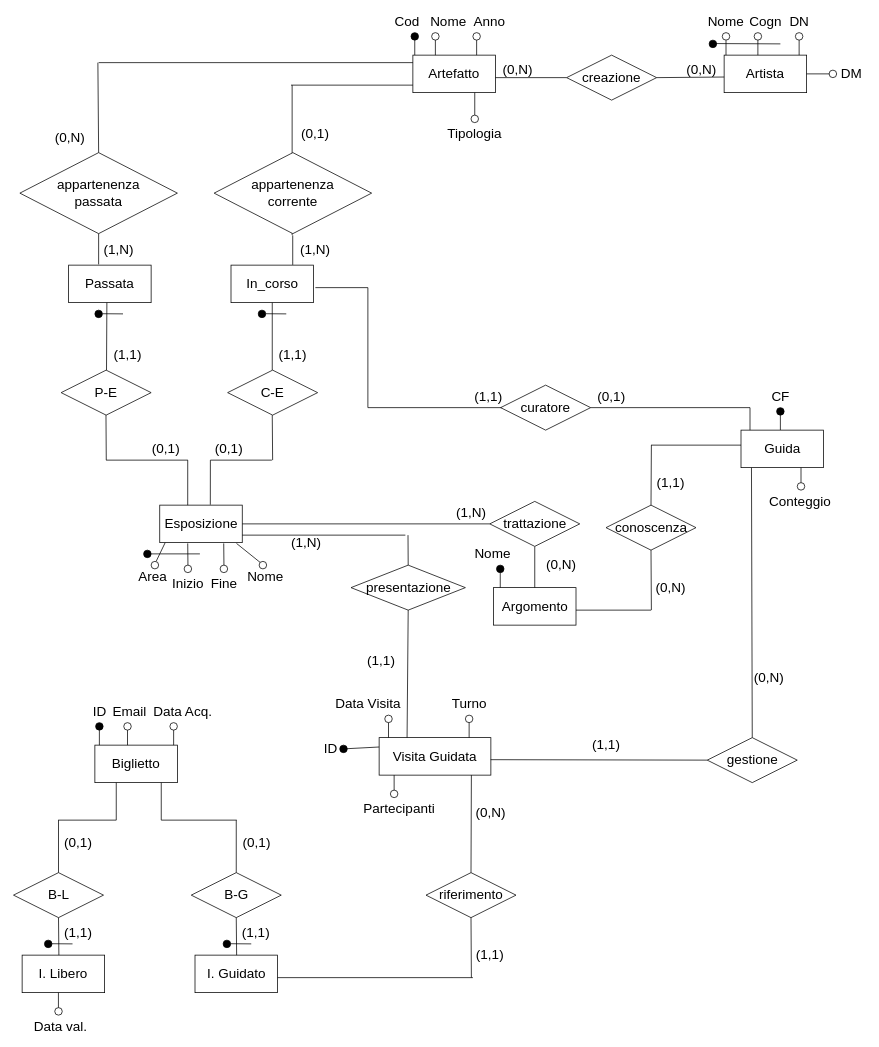
This is Er_Ristrutturato_v3.drawio from Chris-Libra-Unipd/ProgettoBasi, a draw.io file, before an edit. Source tidied: cells renumbered, new cells numbered last; positions are measured from the earlier drawing's top-left corner, leaving out a move shared by most shapes. Both pictures are drawn from the tidied source at 75%, with x=0, y=0 at pixel (14, 17).
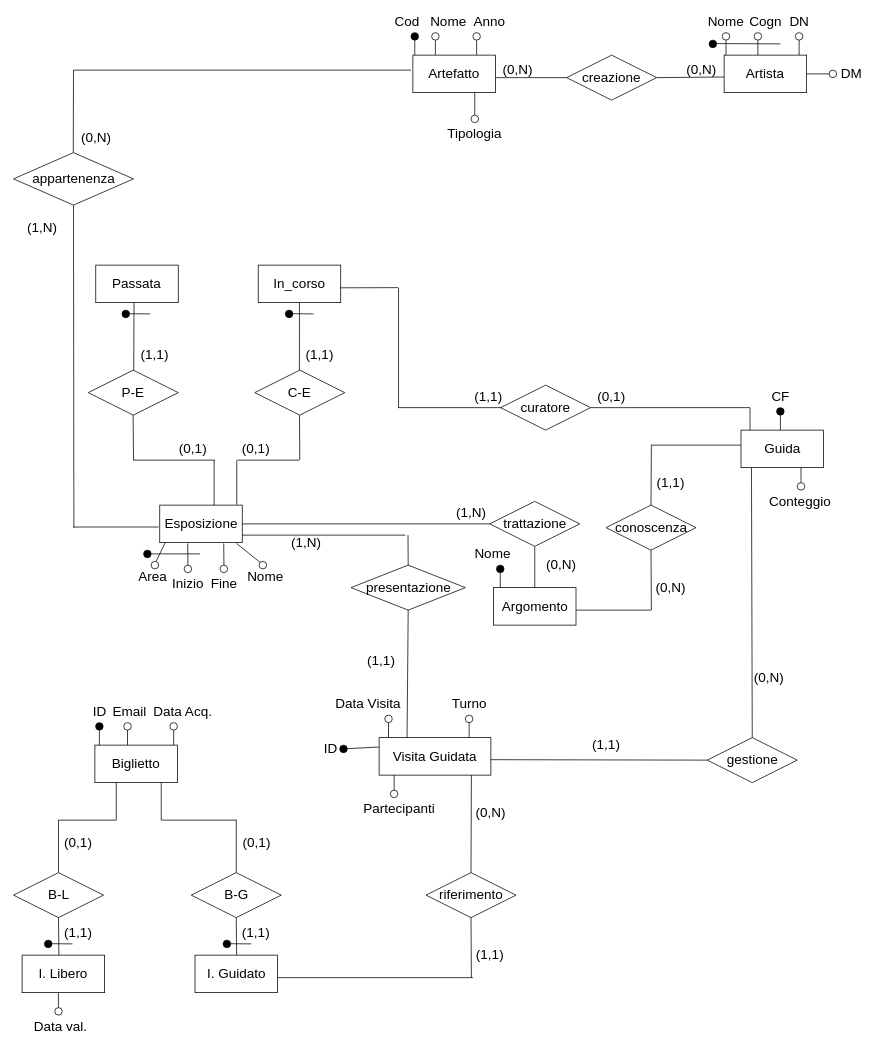
Above is the later version.

The change refers to these unchanged cells:
```xml
<mxCell id="35" value="&lt;span style=&quot;font-size: 18px;&quot;&gt;Esposizione&lt;/span&gt;" style="whiteSpace=wrap;html=1;align=center;" parent="1" vertex="1">
  <mxGeometry x="194.5" y="650" width="110" height="50" as="geometry" />
</mxCell>
```

Diff of the diagram source:
```diff
@@
-    <mxCell id="38" style="endArrow=none;html=1;rounded=0;exitX=0.5;exitY=0;exitDx=0;exitDy=0;" parent="1" edge="1">
-      <mxGeometry relative="1" as="geometry">
-        <mxPoint x="371" y="290" as="sourcePoint" />
-        <mxPoint x="371" y="90" as="targetPoint" />
-      </mxGeometry>
-    </mxCell>
-    <mxCell id="39" value="&lt;span style=&quot;font-size: 18px;&quot;&gt;appartenenza&lt;/span&gt;&lt;div&gt;&lt;span style=&quot;font-size: 18px;&quot;&gt;corrente&lt;/span&gt;&lt;/div&gt;" style="shape=rhombus;perimeter=rhombusPerimeter;whiteSpace=wrap;html=1;align=center;" parent="1" vertex="1">
-      <mxGeometry x="267" y="180" width="210" height="108" as="geometry" />
-    </mxCell>
@@
     <mxCell id="93" value="&lt;span style=&quot;font-size: 18px;&quot;&gt;In_corso&lt;/span&gt;" style="whiteSpace=wrap;html=1;align=center;" parent="1" vertex="1">
-      <mxGeometry x="289.5" y="330" width="110" height="50" as="geometry" />
+      <mxGeometry x="325.8" y="330" width="110" height="50" as="geometry" />
     </mxCell>
     <mxCell id="94" value="&lt;font style=&quot;font-size: 18px;&quot;&gt;Passata&lt;/font&gt;" style="whiteSpace=wrap;html=1;align=center;" parent="1" vertex="1">
-      <mxGeometry x="73" y="330" width="110" height="50" as="geometry" />
+      <mxGeometry x="109.2" y="330" width="110" height="50" as="geometry" />
     </mxCell>
@@
-    <mxCell id="97" value="&lt;span style=&quot;font-size: 18px;&quot;&gt;appartenenza&lt;/span&gt;&lt;div&gt;&lt;span style=&quot;font-size: 18px;&quot;&gt;passata&lt;/span&gt;&lt;/div&gt;" style="shape=rhombus;perimeter=rhombusPerimeter;whiteSpace=wrap;html=1;align=center;" parent="1" vertex="1">
-      <mxGeometry x="8" y="180" width="210" height="108" as="geometry" />
-    </mxCell>
-    <mxCell id="98" style="endArrow=none;html=1;rounded=0;entryX=0.5;entryY=0;entryDx=0;entryDy=0;" parent="1" edge="1" target="97">
-      <mxGeometry relative="1" as="geometry">
-        <mxPoint x="112" y="60" as="sourcePoint" />
-      </mxGeometry>
-    </mxCell>
-    <mxCell id="99" value="&lt;font style=&quot;font-size: 18px;&quot;&gt;(1,N)&lt;/font&gt;" style="text;html=1;align=center;verticalAlign=middle;whiteSpace=wrap;rounded=0;" parent="1" vertex="1">
-      <mxGeometry x="119.5" y="300" width="40" height="20" as="geometry" />
-    </mxCell>
-    <mxCell id="100" value="&lt;font style=&quot;font-size: 18px;&quot;&gt;(0,N)&lt;/font&gt;" style="text;html=1;align=center;verticalAlign=middle;whiteSpace=wrap;rounded=0;" parent="1" vertex="1">
-      <mxGeometry x="54.5" y="150" width="40" height="20" as="geometry" />
-    </mxCell>
-    <mxCell id="101" value="&lt;font style=&quot;font-size: 18px;&quot;&gt;(0,1)&lt;/font&gt;" style="text;html=1;align=center;verticalAlign=middle;whiteSpace=wrap;rounded=0;" parent="1" vertex="1">
-      <mxGeometry x="382" y="145" width="40" height="20" as="geometry" />
-    </mxCell>
-    <mxCell id="102" value="&lt;font style=&quot;font-size: 18px;&quot;&gt;(1,N)&lt;/font&gt;" style="text;html=1;align=center;verticalAlign=middle;whiteSpace=wrap;rounded=0;" parent="1" vertex="1">
-      <mxGeometry x="382" y="300" width="40" height="20" as="geometry" />
-    </mxCell>
@@
-    <mxCell id="118" style="endArrow=none;html=1;rounded=0;" parent="1" edge="1">
-      <mxGeometry relative="1" as="geometry">
-        <mxPoint x="113" y="60" as="sourcePoint" />
-        <mxPoint x="532" y="60" as="targetPoint" />
-      </mxGeometry>
-    </mxCell>
-    <mxCell id="119" style="endArrow=none;html=1;rounded=0;" parent="1" edge="1">
-      <mxGeometry relative="1" as="geometry">
-        <mxPoint x="369.5" y="90" as="sourcePoint" />
-        <mxPoint x="532" y="90" as="targetPoint" />
-      </mxGeometry>
-    </mxCell>
-    <mxCell id="120" style="endArrow=none;html=1;rounded=0;entryX=0.5;entryY=1;entryDx=0;entryDy=0;" parent="1" edge="1" target="97">
-      <mxGeometry relative="1" as="geometry">
-        <mxPoint x="113" y="329" as="sourcePoint" />
-      </mxGeometry>
-    </mxCell>
-    <mxCell id="121" style="endArrow=none;html=1;rounded=0;exitX=0.732;exitY=-0.012;exitDx=0;exitDy=0;exitPerimeter=0;" parent="1" edge="1">
-      <mxGeometry relative="1" as="geometry">
-        <mxPoint x="371.8" y="329.7" as="sourcePoint" />
-        <mxPoint x="371.8" y="290.3" as="targetPoint" />
-      </mxGeometry>
-    </mxCell>
@@
     <mxCell id="156" style="endArrow=none;html=1;rounded=0;" parent="1" edge="1">
       <mxGeometry relative="1" as="geometry">
-        <mxPoint x="472" y="520" as="sourcePoint" />
+        <mxPoint x="512" y="520" as="sourcePoint" />
         <mxPoint x="651.5" y="520" as="targetPoint" />
       </mxGeometry>
     </mxCell>
@@
     <mxCell id="162" style="endArrow=none;html=1;rounded=0;" parent="1" edge="1">
       <mxGeometry relative="1" as="geometry">
-        <mxPoint x="472" y="520" as="sourcePoint" />
-        <mxPoint x="472" y="360" as="targetPoint" />
+        <mxPoint x="512.9" y="520" as="sourcePoint" />
+        <mxPoint x="512.9" y="360" as="targetPoint" />
       </mxGeometry>
     </mxCell>
-    <mxCell id="163" style="endArrow=none;html=1;rounded=0;" parent="1" edge="1">
+    <mxCell id="163" style="endArrow=none;html=1;rounded=0;exitX=0.994;exitY=0.605;exitDx=0;exitDy=0;exitPerimeter=0;" parent="1" edge="1" source="93">
       <mxGeometry relative="1" as="geometry">
-        <mxPoint x="402" y="360" as="sourcePoint" />
-        <mxPoint x="472" y="360" as="targetPoint" />
+        <mxPoint x="512" y="360" as="targetPoint" />
       </mxGeometry>
     </mxCell>
     <mxCell id="164" value="&lt;font style=&quot;font-size: 18px;&quot;&gt;C-E&lt;/font&gt;" style="shape=rhombus;perimeter=rhombusPerimeter;whiteSpace=wrap;html=1;align=center;" parent="1" vertex="1">
-      <mxGeometry x="285" y="470" width="120" height="60" as="geometry" />
+      <mxGeometry x="321.2" y="470" width="120" height="60" as="geometry" />
     </mxCell>
     <mxCell id="165" value="&lt;font style=&quot;font-size: 18px;&quot;&gt;P-E&lt;/font&gt;" style="shape=rhombus;perimeter=rhombusPerimeter;whiteSpace=wrap;html=1;align=center;" parent="1" vertex="1">
-      <mxGeometry x="63" y="470" width="120" height="60" as="geometry" />
+      <mxGeometry x="99.2" y="470" width="120" height="60" as="geometry" />
     </mxCell>
     <mxCell id="166" style="endArrow=none;html=1;rounded=0;" parent="1" edge="1">
       <mxGeometry relative="1" as="geometry">
-        <mxPoint x="123.5" y="470" as="sourcePoint" />
-        <mxPoint x="124" y="380" as="targetPoint" />
+        <mxPoint x="159.8" y="470" as="sourcePoint" />
+        <mxPoint x="160.2" y="380" as="targetPoint" />
       </mxGeometry>
     </mxCell>
@@
     <mxCell id="168" style="endArrow=none;html=1;rounded=0;entryX=0.5;entryY=1;entryDx=0;entryDy=0;" parent="1" edge="1">
       <mxGeometry relative="1" as="geometry">
-        <mxPoint x="345" y="590" as="sourcePoint" />
-        <mxPoint x="344.5" y="530" as="targetPoint" />
+        <mxPoint x="381.2" y="590" as="sourcePoint" />
+        <mxPoint x="380.8" y="530" as="targetPoint" />
       </mxGeometry>
     </mxCell>
     <mxCell id="169" style="endArrow=none;html=1;rounded=0;entryX=0.5;entryY=1;entryDx=0;entryDy=0;" parent="1" edge="1">
       <mxGeometry relative="1" as="geometry">
-        <mxPoint x="123.2" y="590" as="sourcePoint" />
-        <mxPoint x="122.8" y="530" as="targetPoint" />
+        <mxPoint x="159.5" y="590" as="sourcePoint" />
+        <mxPoint x="159" y="530" as="targetPoint" />
       </mxGeometry>
     </mxCell>
     <mxCell id="170" style="endArrow=none;html=1;rounded=0;" parent="1" edge="1">
       <mxGeometry relative="1" as="geometry">
-        <mxPoint x="123" y="590" as="sourcePoint" />
-        <mxPoint x="232" y="590" as="targetPoint" />
+        <mxPoint x="159.2" y="590" as="sourcePoint" />
+        <mxPoint x="268.2" y="590" as="targetPoint" />
       </mxGeometry>
     </mxCell>
     <mxCell id="171" style="endArrow=none;html=1;rounded=0;" parent="1" edge="1">
       <mxGeometry relative="1" as="geometry">
-        <mxPoint x="344" y="590" as="sourcePoint" />
-        <mxPoint x="262" y="590" as="targetPoint" />
+        <mxPoint x="380.2" y="590" as="sourcePoint" />
+        <mxPoint x="298.2" y="590" as="targetPoint" />
       </mxGeometry>
     </mxCell>
-    <mxCell id="172" style="endArrow=none;html=1;rounded=0;exitX=0.613;exitY=-0.011;exitDx=0;exitDy=0;exitPerimeter=0;" parent="1" edge="1" source="35">
+    <mxCell id="172" style="endArrow=none;html=1;rounded=0;exitX=0.613;exitY=-0.011;exitDx=0;exitDy=0;exitPerimeter=0;" parent="1" edge="1">
       <mxGeometry relative="1" as="geometry">
-        <mxPoint x="262" y="590" as="targetPoint" />
+        <mxPoint x="297.2" y="649.5" as="sourcePoint" />
+        <mxPoint x="297.2" y="590" as="targetPoint" />
       </mxGeometry>
     </mxCell>
-    <mxCell id="173" style="endArrow=none;html=1;rounded=0;exitX=0.339;exitY=0;exitDx=0;exitDy=0;exitPerimeter=0;" parent="1" edge="1" source="35">
+    <mxCell id="173" style="endArrow=none;html=1;rounded=0;exitX=0.339;exitY=0;exitDx=0;exitDy=0;exitPerimeter=0;" parent="1" edge="1">
       <mxGeometry relative="1" as="geometry">
-        <mxPoint x="231.8" y="590" as="targetPoint" />
+        <mxPoint x="267" y="650" as="sourcePoint" />
+        <mxPoint x="267" y="590" as="targetPoint" />
       </mxGeometry>
     </mxCell>
     <mxCell id="174" value="&lt;font style=&quot;font-size: 18px;&quot;&gt;(1,1)&lt;/font&gt;" style="text;html=1;align=center;verticalAlign=middle;whiteSpace=wrap;rounded=0;" parent="1" vertex="1">
-      <mxGeometry x="352" y="440" width="40" height="20" as="geometry" />
+      <mxGeometry x="388.2" y="440" width="40" height="20" as="geometry" />
     </mxCell>
     <mxCell id="175" value="&lt;font style=&quot;font-size: 18px;&quot;&gt;(1,1)&lt;/font&gt;" style="text;html=1;align=center;verticalAlign=middle;whiteSpace=wrap;rounded=0;" parent="1" vertex="1">
-      <mxGeometry x="131.5" y="440" width="40" height="20" as="geometry" />
+      <mxGeometry x="167.8" y="440" width="40" height="20" as="geometry" />
     </mxCell>
     <mxCell id="176" value="&lt;font style=&quot;font-size: 18px;&quot;&gt;(0,1)&lt;/font&gt;" style="text;html=1;align=center;verticalAlign=middle;whiteSpace=wrap;rounded=0;" parent="1" vertex="1">
-      <mxGeometry x="267" y="565" width="40" height="20" as="geometry" />
+      <mxGeometry x="303.2" y="565" width="40" height="20" as="geometry" />
     </mxCell>
     <mxCell id="177" value="&lt;font style=&quot;font-size: 18px;&quot;&gt;(0,1)&lt;/font&gt;" style="text;html=1;align=center;verticalAlign=middle;whiteSpace=wrap;rounded=0;" parent="1" vertex="1">
-      <mxGeometry x="183" y="565" width="40" height="20" as="geometry" />
+      <mxGeometry x="219.2" y="565" width="40" height="20" as="geometry" />
     </mxCell>
     <mxCell id="178" style="endArrow=none;html=1;rounded=0;" parent="1" edge="1">
       <mxGeometry relative="1" as="geometry">
-        <mxPoint x="363.2" y="395" as="sourcePoint" />
-        <mxPoint x="335.8" y="394.8" as="targetPoint" />
+        <mxPoint x="399.5" y="395" as="sourcePoint" />
+        <mxPoint x="372" y="394.8" as="targetPoint" />
       </mxGeometry>
     </mxCell>
     <mxCell id="179" style="verticalLabelPosition=bottom;verticalAlign=top;html=1;shape=mxgraph.flowchart.on-page_reference;fillColor=#000000;" parent="1" vertex="1">
-      <mxGeometry x="325.8" y="390" width="10" height="10" as="geometry" />
+      <mxGeometry x="362" y="390" width="10" height="10" as="geometry" />
     </mxCell>
     <mxCell id="180" style="endArrow=none;html=1;rounded=0;" parent="1" edge="1">
       <mxGeometry relative="1" as="geometry">
-        <mxPoint x="145.5" y="395" as="sourcePoint" />
-        <mxPoint x="118" y="394.8" as="targetPoint" />
+        <mxPoint x="181.8" y="395" as="sourcePoint" />
+        <mxPoint x="154.2" y="394.8" as="targetPoint" />
       </mxGeometry>
     </mxCell>
     <mxCell id="181" style="verticalLabelPosition=bottom;verticalAlign=top;html=1;shape=mxgraph.flowchart.on-page_reference;fillColor=#000000;" parent="1" vertex="1">
-      <mxGeometry x="108" y="390" width="10" height="10" as="geometry" />
+      <mxGeometry x="144.2" y="390" width="10" height="10" as="geometry" />
     </mxCell>
+    <mxCell id="182" value="&lt;span style=&quot;font-size: 18px;&quot;&gt;appartenenza&lt;/span&gt;" style="shape=rhombus;perimeter=rhombusPerimeter;whiteSpace=wrap;html=1;align=center;" parent="1" vertex="1">
+      <mxGeometry x="-0.5" y="180" width="160" height="70" as="geometry" />
+    </mxCell>
+    <mxCell id="183" style="endArrow=none;html=1;rounded=0;" parent="1" edge="1">
+      <mxGeometry relative="1" as="geometry">
+        <mxPoint x="79.5" y="70" as="sourcePoint" />
+        <mxPoint x="79.2" y="180" as="targetPoint" />
+      </mxGeometry>
+    </mxCell>
+    <mxCell id="184" value="&lt;font style=&quot;font-size: 18px;&quot;&gt;(1,N)&lt;/font&gt;" style="text;html=1;align=center;verticalAlign=middle;whiteSpace=wrap;rounded=0;" parent="1" vertex="1">
+      <mxGeometry x="18" y="270" width="40" height="20" as="geometry" />
+    </mxCell>
+    <mxCell id="100" value="&lt;font style=&quot;font-size: 18px;&quot;&gt;(0,N)&lt;/font&gt;" style="text;html=1;align=center;verticalAlign=middle;whiteSpace=wrap;rounded=0;" parent="1" vertex="1">
+      <mxGeometry x="89.8" y="150" width="40" height="20" as="geometry" />
+    </mxCell>
+    <mxCell id="185" style="endArrow=none;html=1;rounded=0;entryX=0.5;entryY=1;entryDx=0;entryDy=0;" parent="1" edge="1" target="182">
+      <mxGeometry relative="1" as="geometry">
+        <mxPoint x="80" y="680" as="sourcePoint" />
+      </mxGeometry>
+    </mxCell>
+    <mxCell id="186" style="endArrow=none;html=1;rounded=0;" parent="1" edge="1">
+      <mxGeometry relative="1" as="geometry">
+        <mxPoint x="79.5" y="70" as="sourcePoint" />
+        <mxPoint x="529.5" y="70" as="targetPoint" />
+      </mxGeometry>
+    </mxCell>
+    <mxCell id="187" style="endArrow=none;html=1;rounded=0;" parent="1" edge="1">
+      <mxGeometry relative="1" as="geometry">
+        <mxPoint x="79" y="679.2" as="sourcePoint" />
+        <mxPoint x="193" y="679.2" as="targetPoint" />
+      </mxGeometry>
+    </mxCell>
```
